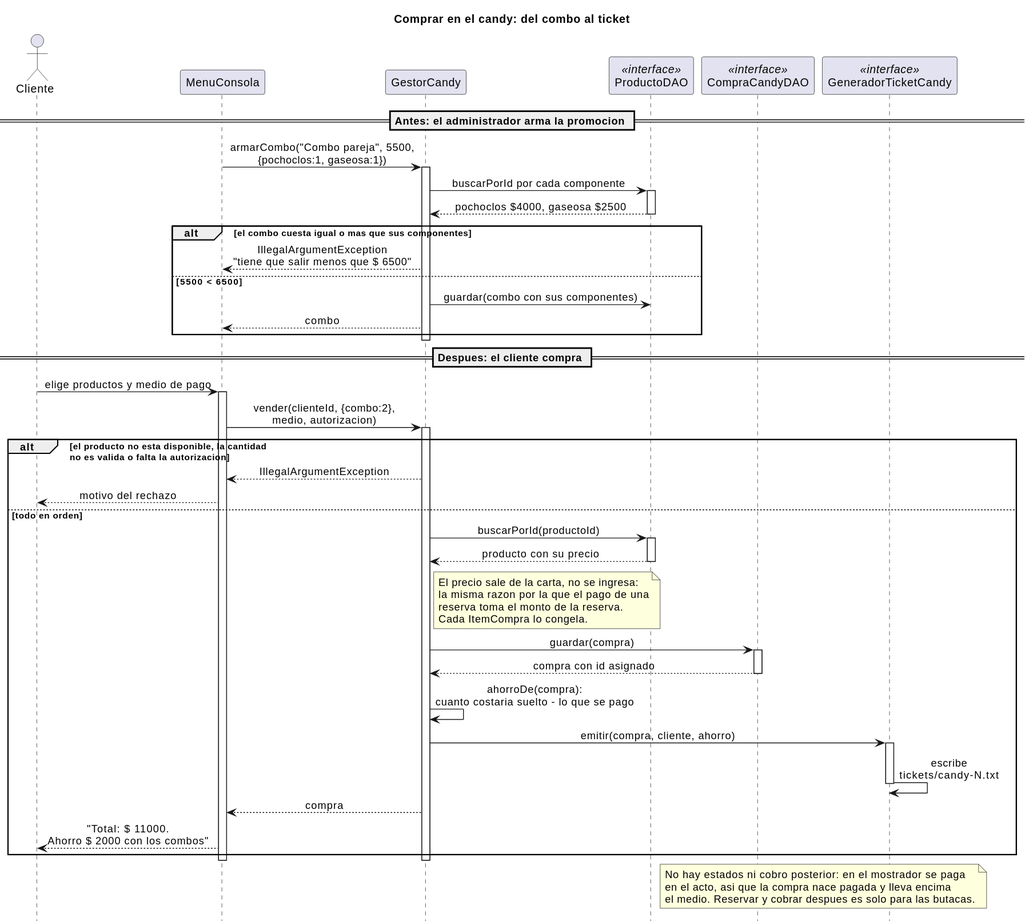
Earlier version of the PlantUML export cine-backend/docs/diagramas/secuencia-candy.svg (andreiveisuade/cine-uade). Source of this version:
```plantuml
@startuml
title Comprar en el candy: del combo al ticket

skinparam sequenceMessageAlign center
hide footbox

actor Cliente
participant "MenuConsola" as UI
participant "GestorCandy" as Gestor
participant "ProductoDAO" as Productos <<interface>>
participant "CompraCandyDAO" as DAO <<interface>>
participant "GeneradorTicketCandy" as Ticket <<interface>>

== Antes: el administrador arma la promocion ==

UI -> Gestor : armarCombo("Combo pareja", 5500,\n{pochoclos:1, gaseosa:1})
activate Gestor
Gestor -> Productos : buscarPorId por cada componente
activate Productos
Productos --> Gestor : pochoclos $4000, gaseosa $2500
deactivate Productos

alt el combo cuesta igual o mas que sus componentes
  Gestor --> UI : IllegalArgumentException\n"tiene que salir menos que $ 6500"
else 5500 < 6500
  Gestor -> Productos : guardar(combo con sus componentes)
  Gestor --> UI : combo
end
deactivate Gestor

== Despues: el cliente compra ==

Cliente -> UI : elige productos y medio de pago
activate UI
UI -> Gestor : vender(clienteId, {combo:2},\nmedio, autorizacion)
activate Gestor

alt el producto no esta disponible, la cantidad\nno es valida o falta la autorizacion
  Gestor --> UI : IllegalArgumentException
  UI --> Cliente : motivo del rechazo
else todo en orden
  Gestor -> Productos : buscarPorId(productoId)
  activate Productos
  Productos --> Gestor : producto con su precio
  deactivate Productos

  note right of Gestor
    El precio sale de la carta, no se ingresa:
    la misma razon por la que el pago de una
    reserva toma el monto de la reserva.
    Cada ItemCompra lo congela.
  end note

  Gestor -> DAO : guardar(compra)
  activate DAO
  DAO --> Gestor : compra con id asignado
  deactivate DAO

  Gestor -> Gestor : ahorroDe(compra):\ncuanto costaria suelto - lo que se pago
  Gestor -> Ticket : emitir(compra, cliente, ahorro)
  activate Ticket
  Ticket -> Ticket : escribe\ntickets/candy-N.txt
  deactivate Ticket

  Gestor --> UI : compra
  UI --> Cliente : "Total: $ 11000.\nAhorro $ 2000 con los combos"
end
deactivate Gestor
deactivate UI

note over DAO, Ticket
  No hay estados ni cobro posterior: en el mostrador se paga
  en el acto, asi que la compra nace pagada y lleva encima
  el medio. Reservar y cobrar despues es solo para las butacas.
end note
@enduml
```
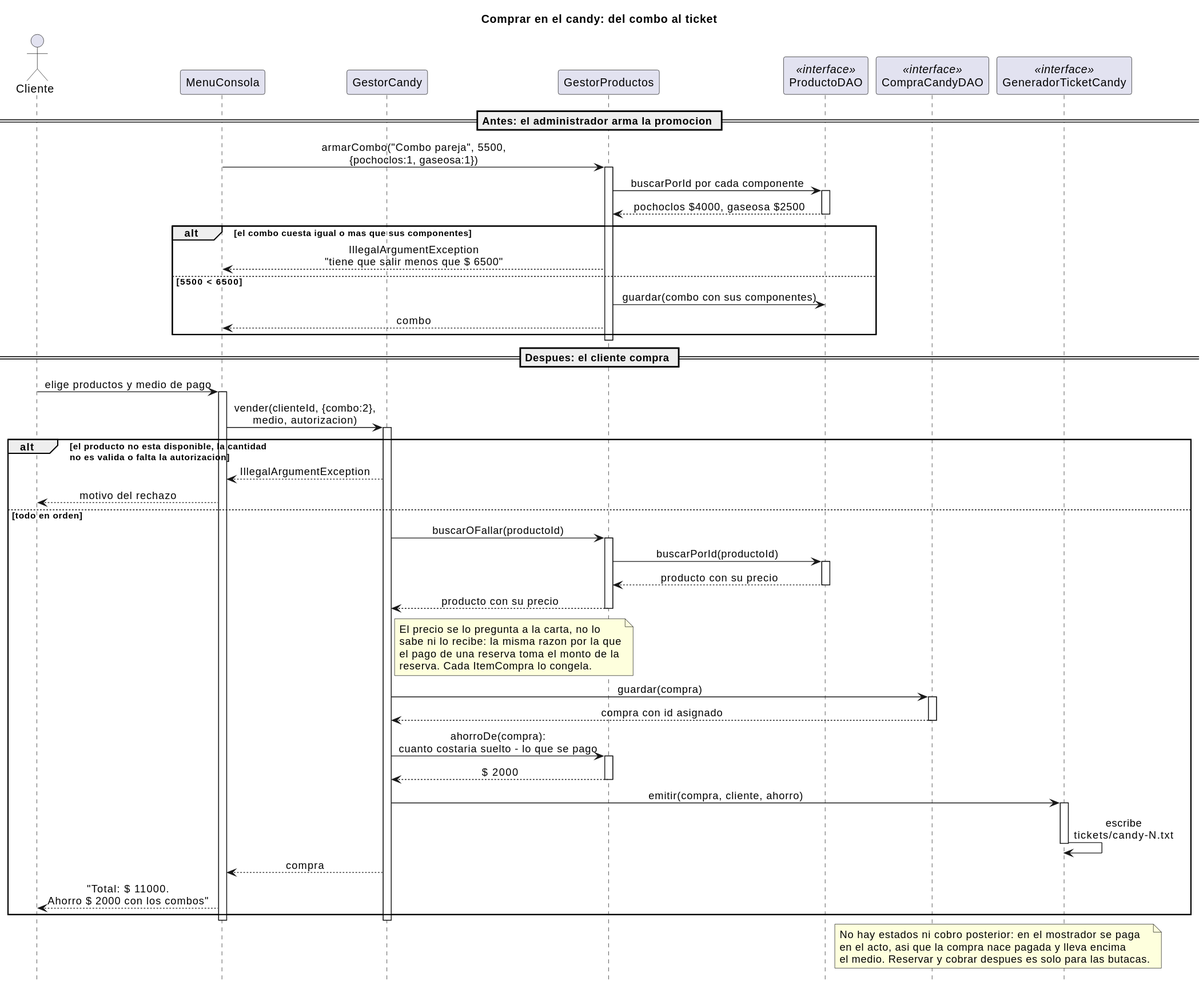
Later version of the same file.

Commit message:
docs(manual): documentar Ocupacion y la carta del candy

Change to the diagram source:
```diff
@@ -7,26 +7,27 @@
 actor Cliente
 participant "MenuConsola" as UI
 participant "GestorCandy" as Gestor
+participant "GestorProductos" as Carta
 participant "ProductoDAO" as Productos <<interface>>
 participant "CompraCandyDAO" as DAO <<interface>>
 participant "GeneradorTicketCandy" as Ticket <<interface>>
 
 == Antes: el administrador arma la promocion ==
 
-UI -> Gestor : armarCombo("Combo pareja", 5500,\n{pochoclos:1, gaseosa:1})
-activate Gestor
-Gestor -> Productos : buscarPorId por cada componente
+UI -> Carta : armarCombo("Combo pareja", 5500,\n{pochoclos:1, gaseosa:1})
+activate Carta
+Carta -> Productos : buscarPorId por cada componente
 activate Productos
-Productos --> Gestor : pochoclos $4000, gaseosa $2500
+Productos --> Carta : pochoclos $4000, gaseosa $2500
 deactivate Productos
 
 alt el combo cuesta igual o mas que sus componentes
-  Gestor --> UI : IllegalArgumentException\n"tiene que salir menos que $ 6500"
+  Carta --> UI : IllegalArgumentException\n"tiene que salir menos que $ 6500"
 else 5500 < 6500
-  Gestor -> Productos : guardar(combo con sus componentes)
-  Gestor --> UI : combo
+  Carta -> Productos : guardar(combo con sus componentes)
+  Carta --> UI : combo
 end
-deactivate Gestor
+deactivate Carta
 
 == Despues: el cliente compra ==
 
@@ -39,16 +40,20 @@
   Gestor --> UI : IllegalArgumentException
   UI --> Cliente : motivo del rechazo
 else todo en orden
-  Gestor -> Productos : buscarPorId(productoId)
+  Gestor -> Carta : buscarOFallar(productoId)
+  activate Carta
+  Carta -> Productos : buscarPorId(productoId)
   activate Productos
-  Productos --> Gestor : producto con su precio
+  Productos --> Carta : producto con su precio
   deactivate Productos
+  Carta --> Gestor : producto con su precio
+  deactivate Carta
 
   note right of Gestor
-    El precio sale de la carta, no se ingresa:
-    la misma razon por la que el pago de una
-    reserva toma el monto de la reserva.
-    Cada ItemCompra lo congela.
+    El precio se lo pregunta a la carta, no lo
+    sabe ni lo recibe: la misma razon por la que
+    el pago de una reserva toma el monto de la
+    reserva. Cada ItemCompra lo congela.
   end note
 
   Gestor -> DAO : guardar(compra)
@@ -56,7 +61,10 @@
   DAO --> Gestor : compra con id asignado
   deactivate DAO
 
-  Gestor -> Gestor : ahorroDe(compra):\ncuanto costaria suelto - lo que se pago
+  Gestor -> Carta : ahorroDe(compra):\ncuanto costaria suelto - lo que se pago
+  activate Carta
+  Carta --> Gestor : $ 2000
+  deactivate Carta
   Gestor -> Ticket : emitir(compra, cliente, ahorro)
   activate Ticket
   Ticket -> Ticket : escribe\ntickets/candy-N.txt
```
